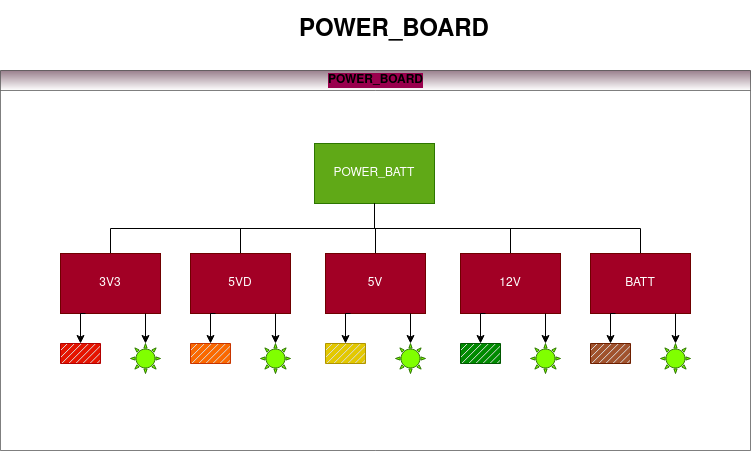
This is CubElec-POWER BOARD.drawio.png from f4deb/draw-io, a draw.io export, as it was before one commit. Source tidied: cells renumbered, new cells last; positions are measured from the earlier drawing's top-left corner, leaving out a move shared by most shapes.
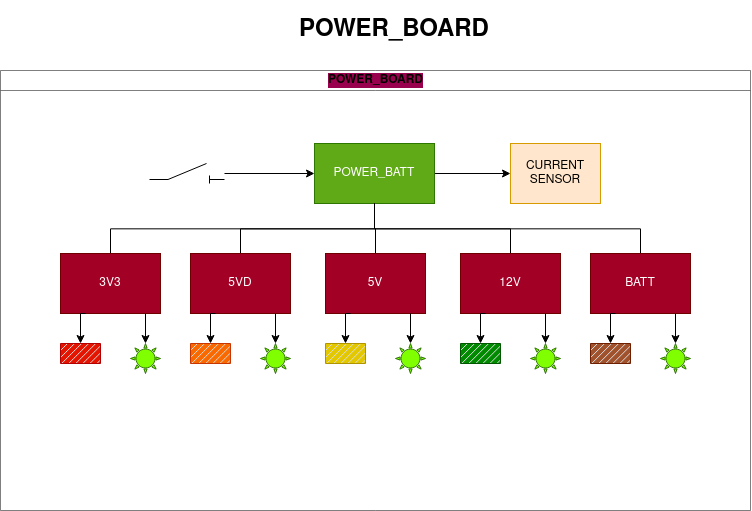
The same file after the commit.

Change to the diagram source:
```diff
@@ -2,8 +2,8 @@
   <root>
     <mxCell id="0" />
     <mxCell id="1" parent="0" />
-    <mxCell id="2" value="POWER_BOARD" style="swimlane;html=1;startSize=20;horizontal=1;containerType=tree;newEdgeStyle={&quot;edgeStyle&quot;:&quot;elbowEdgeStyle&quot;,&quot;startArrow&quot;:&quot;none&quot;,&quot;endArrow&quot;:&quot;none&quot;};rounded=0;labelBackgroundColor=#99004D;fillColor=#33001A;gradientColor=#ffffff;opacity=50;" parent="1" vertex="1">
-      <mxGeometry y="50" width="750" height="380" as="geometry" />
+    <mxCell id="2" value="POWER_BOARD" style="swimlane;html=1;startSize=20;horizontal=1;containerType=tree;newEdgeStyle={&quot;edgeStyle&quot;:&quot;elbowEdgeStyle&quot;,&quot;startArrow&quot;:&quot;none&quot;,&quot;endArrow&quot;:&quot;none&quot;};rounded=0;labelBackgroundColor=#99004D;opacity=50;" parent="1" vertex="1">
+      <mxGeometry y="50" width="750" height="440" as="geometry" />
     </mxCell>
     <mxCell id="3" style="edgeStyle=elbowEdgeStyle;elbow=vertical;startArrow=none;endArrow=none;rounded=0;" parent="2" edge="1" source="5" target="6">
       <mxGeometry relative="1" as="geometry" />
@@ -11,6 +11,9 @@
     <mxCell id="4" style="edgeStyle=elbowEdgeStyle;elbow=vertical;startArrow=none;endArrow=none;rounded=0;" parent="2" edge="1" source="5" target="7">
       <mxGeometry relative="1" as="geometry" />
     </mxCell>
+    <mxCell id="35" style="edgeStyle=orthogonalEdgeStyle;rounded=0;jettySize=auto;html=1;entryX=0;entryY=0.5;entryDx=0;entryDy=0;" parent="2" edge="1" source="5" target="38">
+      <mxGeometry relative="1" as="geometry" />
+    </mxCell>
     <mxCell id="5" value="POWER_BATT" style="whiteSpace=wrap;html=1;align=center;newEdgeStyle={&quot;edgeStyle&quot;:&quot;elbowEdgeStyle&quot;,&quot;startArrow&quot;:&quot;none&quot;,&quot;endArrow&quot;:&quot;none&quot;};fillColor=#60a917;strokeColor=#2D7600;fontColor=#ffffff;" parent="2" vertex="1">
       <mxGeometry x="314" y="73" width="120" height="60" as="geometry" />
     </mxCell>
@@ -109,6 +112,15 @@
     <mxCell id="32" style="verticalLabelPosition=bottom;verticalAlign=top;html=1;shape=mxgraph.basic.patternFillRect;fillStyle=diag;step=5;fillStrokeWidth=0.2;fillStrokeColor=#dddddd;rounded=0;labelBackgroundColor=#99004D;fillColor=#a0522d;strokeColor=#6D1F00;fontColor=#ffffff;" parent="2" vertex="1">
       <mxGeometry x="590" y="273" width="40" height="20" as="geometry" />
     </mxCell>
+    <mxCell id="36" style="edgeStyle=orthogonalEdgeStyle;rounded=0;jettySize=auto;html=1;entryX=0;entryY=0.5;entryDx=0;entryDy=0;" parent="2" edge="1" source="37" target="5">
+      <mxGeometry relative="1" as="geometry" />
+    </mxCell>
+    <mxCell id="37" style="verticalLabelPosition=bottom;shadow=0;dashed=0;align=center;html=1;verticalAlign=top;shape=mxgraph.electrical.electro-mechanical.isolator;" parent="2" vertex="1">
+      <mxGeometry x="149" y="93" width="75" height="20" as="geometry" />
+    </mxCell>
+    <mxCell id="38" value="&lt;div&gt;CURRENT&lt;/div&gt;&lt;div&gt;SENSOR&lt;br&gt;&lt;/div&gt;" style="rounded=0;whiteSpace=wrap;html=1;fillColor=#ffe6cc;strokeColor=#d79b00;" parent="2" vertex="1">
+      <mxGeometry x="510" y="73" width="90" height="60" as="geometry" />
+    </mxCell>
     <mxCell id="33" style="edgeStyle=orthogonalEdgeStyle;rounded=0;jettySize=auto;html=1;exitX=0.25;exitY=1;exitDx=0;exitDy=0;entryX=0.5;entryY=0;entryDx=0;entryDy=0;entryPerimeter=0;labelBackgroundColor=#660033;" parent="1" edge="1" target="32">
       <mxGeometry relative="1" as="geometry">
         <mxPoint x="615" y="293" as="sourcePoint" />
```
